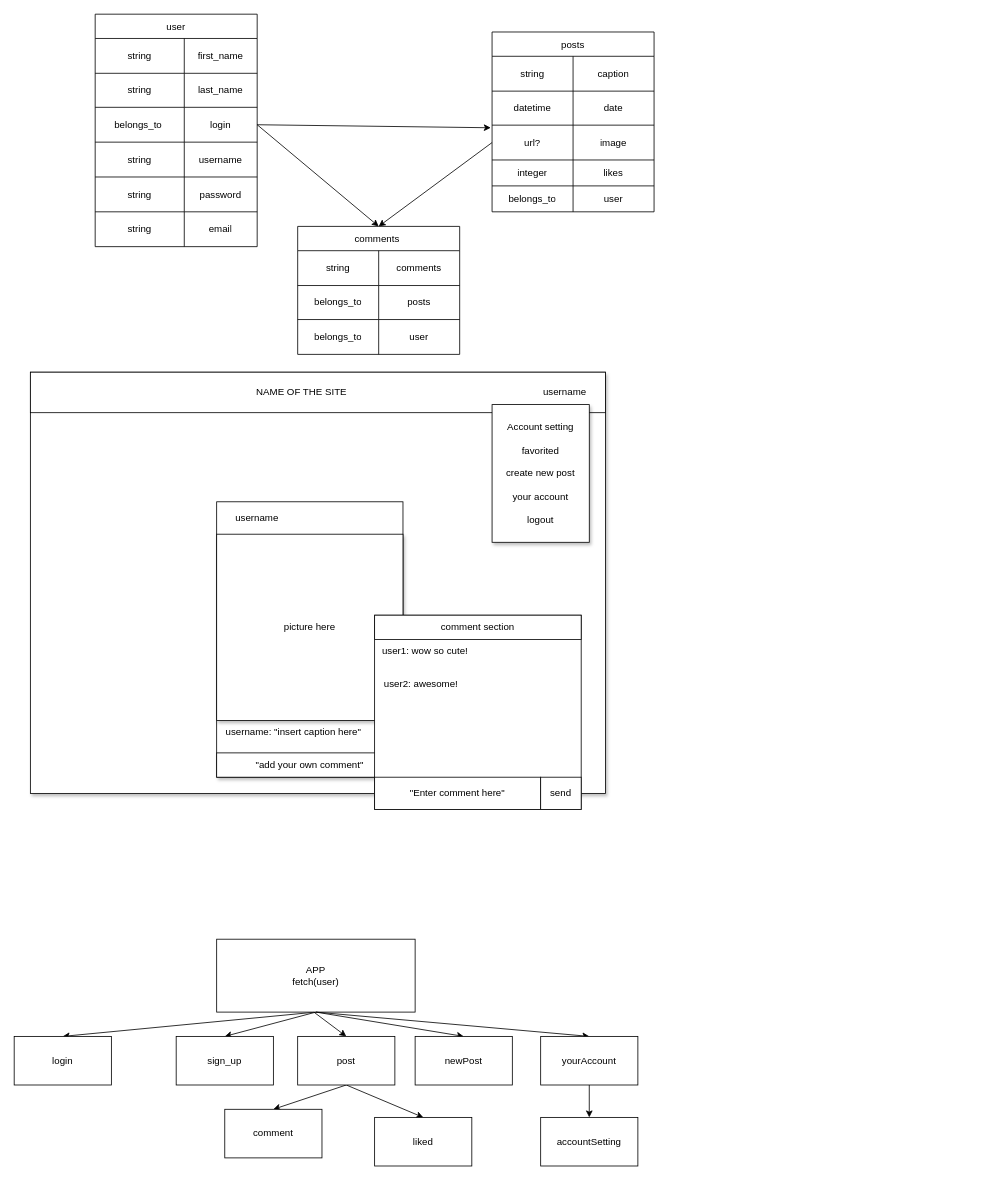
uyggnues/phase-3-project keeps this draw.io diagram as backend/USER.drawio. Above is the earlier version. Source tidied: cells renumbered, new cells numbered last; positions are measured from the earlier drawing's top-left corner, leaving out a move shared by most shapes. Both pictures are drawn from the tidied source at 81%, with x=0, y=0 at pixel (14, 14).
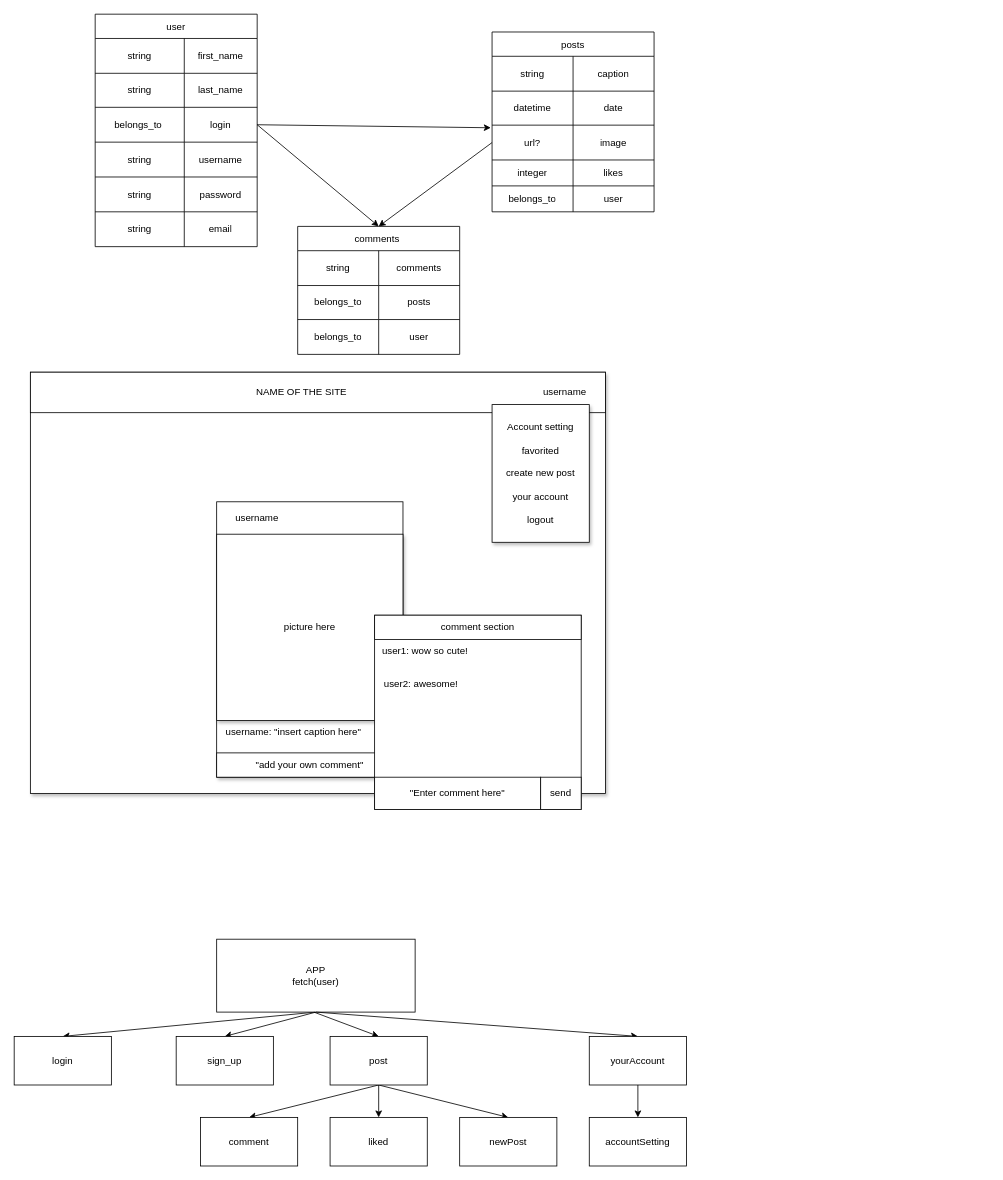
The same page after the edit.

The change refers to these unchanged cells:
```xml
<mxCell id="69" value="APP&lt;br&gt;fetch(user)" style="whiteSpace=wrap;html=1;" parent="1" vertex="1">
  <mxGeometry x="250" y="1142" width="245" height="90" as="geometry" />
</mxCell>
```

The edit, as a diff of the source:
```diff
@@
-    <mxCell id="73" style="edgeStyle=none;html=1;exitX=0.5;exitY=1;exitDx=0;exitDy=0;entryX=0.5;entryY=0;entryDx=0;entryDy=0;" parent="1" edge="1" source="69" target="81">
-      <mxGeometry relative="1" as="geometry" />
-    </mxCell>
@@
+    <mxCell id="85" style="edgeStyle=none;html=1;exitX=0.5;exitY=1;exitDx=0;exitDy=0;entryX=0.5;entryY=0;entryDx=0;entryDy=0;" parent="1" edge="1" source="77" target="81">
+      <mxGeometry relative="1" as="geometry" />
+    </mxCell>
     <mxCell id="77" value="post" style="whiteSpace=wrap;html=1;" parent="1" vertex="1">
-      <mxGeometry x="350" y="1262" width="120" height="60" as="geometry" />
+      <mxGeometry x="390" y="1262" width="120" height="60" as="geometry" />
     </mxCell>
     <mxCell id="78" value="comment" style="whiteSpace=wrap;html=1;" parent="1" vertex="1">
-      <mxGeometry x="260" y="1352" width="120" height="60" as="geometry" />
+      <mxGeometry x="230" y="1362" width="120" height="60" as="geometry" />
     </mxCell>
     <mxCell id="79" value="accountSetting" style="whiteSpace=wrap;html=1;" parent="1" vertex="1">
-      <mxGeometry x="650" y="1362" width="120" height="60" as="geometry" />
+      <mxGeometry x="710" y="1362" width="120" height="60" as="geometry" />
     </mxCell>
     <mxCell id="80" value="liked" style="whiteSpace=wrap;html=1;" parent="1" vertex="1">
-      <mxGeometry x="445" y="1362" width="120" height="60" as="geometry" />
+      <mxGeometry x="390" y="1362" width="120" height="60" as="geometry" />
     </mxCell>
     <mxCell id="81" value="newPost" style="whiteSpace=wrap;html=1;" parent="1" vertex="1">
-      <mxGeometry x="495" y="1262" width="120" height="60" as="geometry" />
+      <mxGeometry x="550" y="1362" width="120" height="60" as="geometry" />
     </mxCell>
@@
     <mxCell id="83" value="yourAccount" style="whiteSpace=wrap;html=1;" parent="1" vertex="1">
-      <mxGeometry x="650" y="1262" width="120" height="60" as="geometry" />
+      <mxGeometry x="710" y="1262" width="120" height="60" as="geometry" />
     </mxCell>
```
